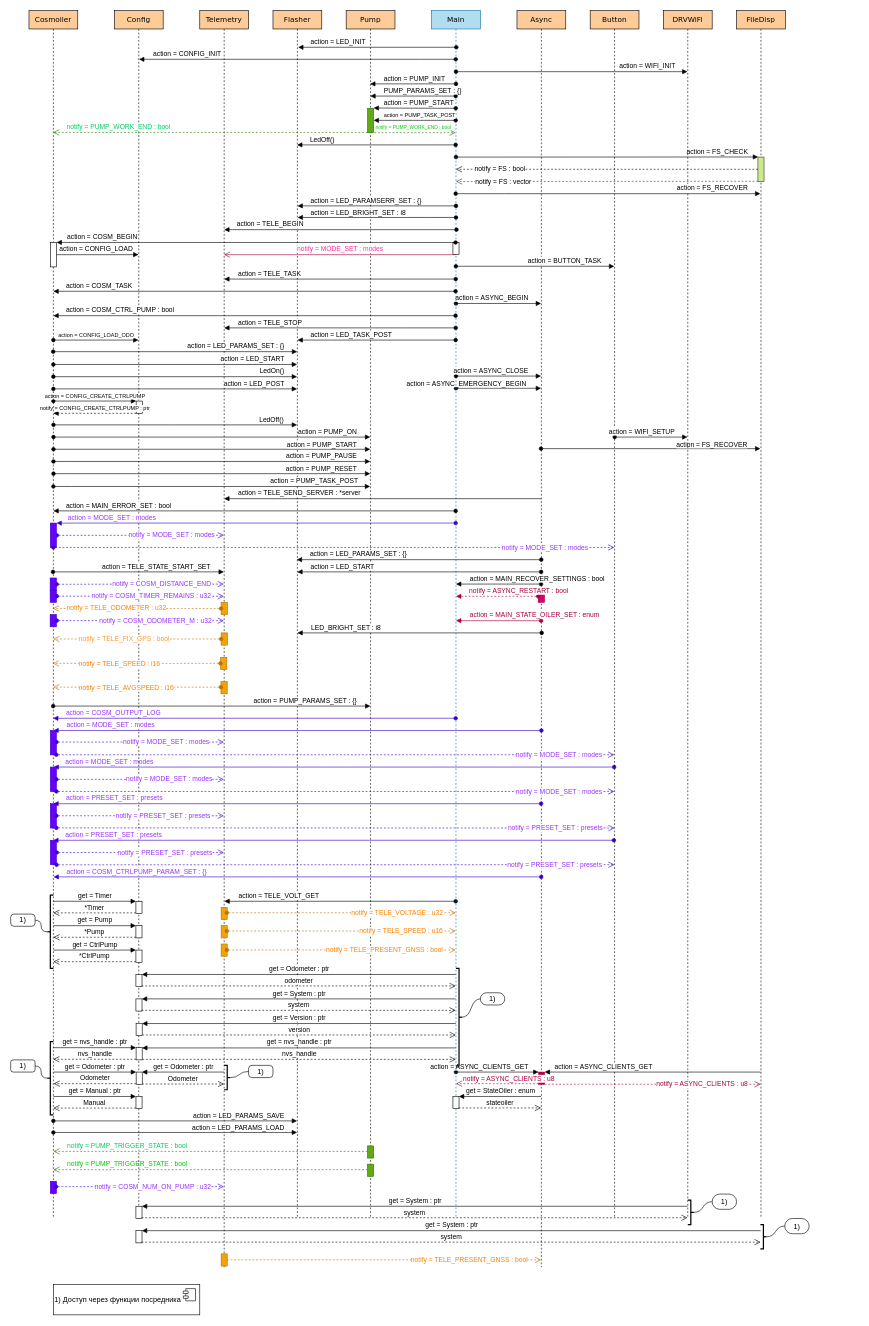
Earlier version of the draw.io diagram page "v6.0" (8 of 9) of Untitled Diagram.drawio (kosmonavtX/Cosmoiler-2.0). Source tidied: cells renumbered, new cells numbered last; positions are measured from the earlier drawing's top-left corner, leaving out a move shared by most shapes. Both pictures are drawn from the tidied source at 61%, with x=0, y=0 at pixel (10, 10).
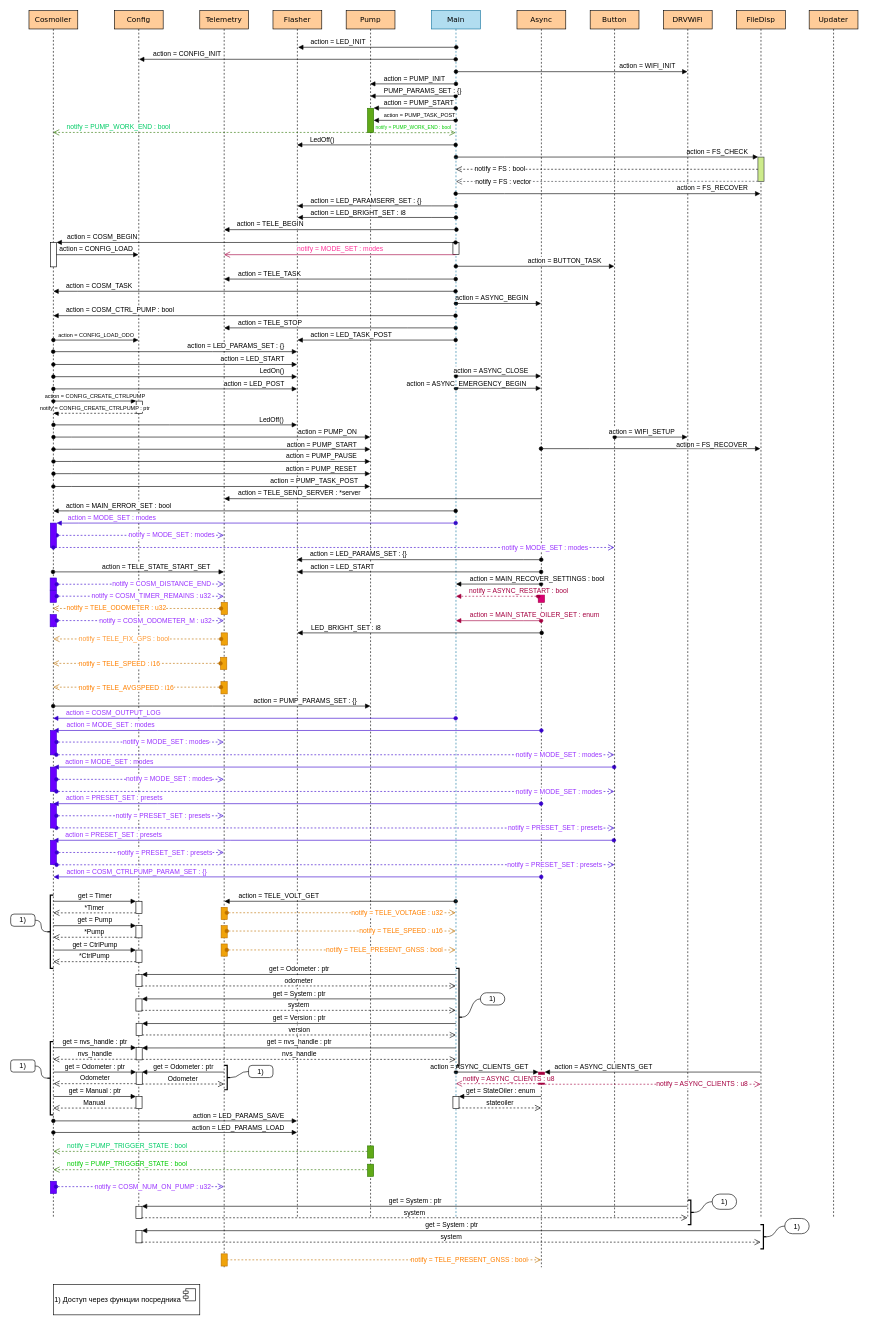
Above is the later version.

The edit, as a diff of the source:
```diff
@@
+    <mxCell id="199" value="Updater" style="shape=umlLifeline;perimeter=lifelinePerimeter;whiteSpace=wrap;html=1;shadow=0;comic=0;labelBackgroundColor=none;strokeWidth=1;fontFamily=Verdana;fontSize=12;align=center;fillColor=#FFCC99;size=30;" parent="1" vertex="1">
+      <mxGeometry x="1309" width="80" height="1980" as="geometry" />
+    </mxCell>
```
